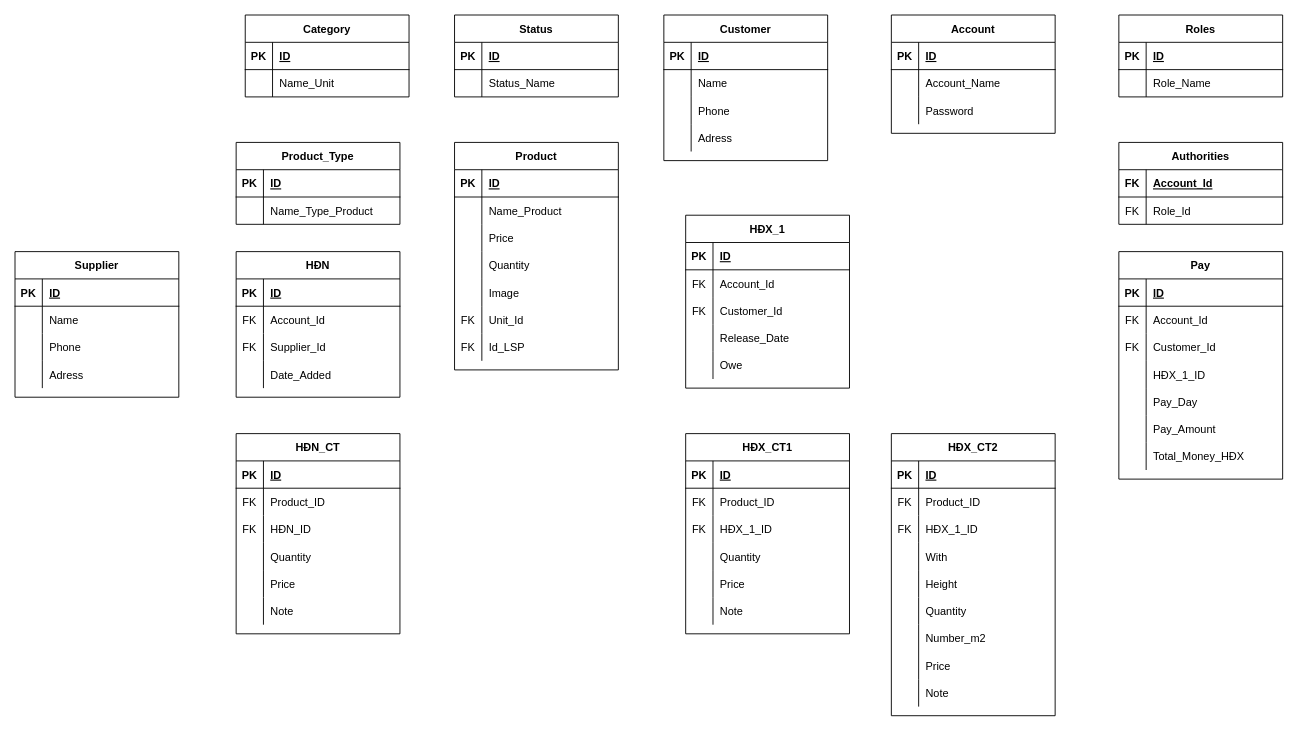
congthangbg/VLXD keeps this draw.io diagram as page "Page-2" (2 of 2) of sơ đồ VLXD.drawio. Above is the earlier version. Source tidied: cells renumbered, new cells numbered last; positions are measured from the earlier drawing's top-left corner, leaving out a move shared by most shapes. Both pictures are drawn from the tidied source at 91%, with x=0, y=0 at pixel (15, 15).
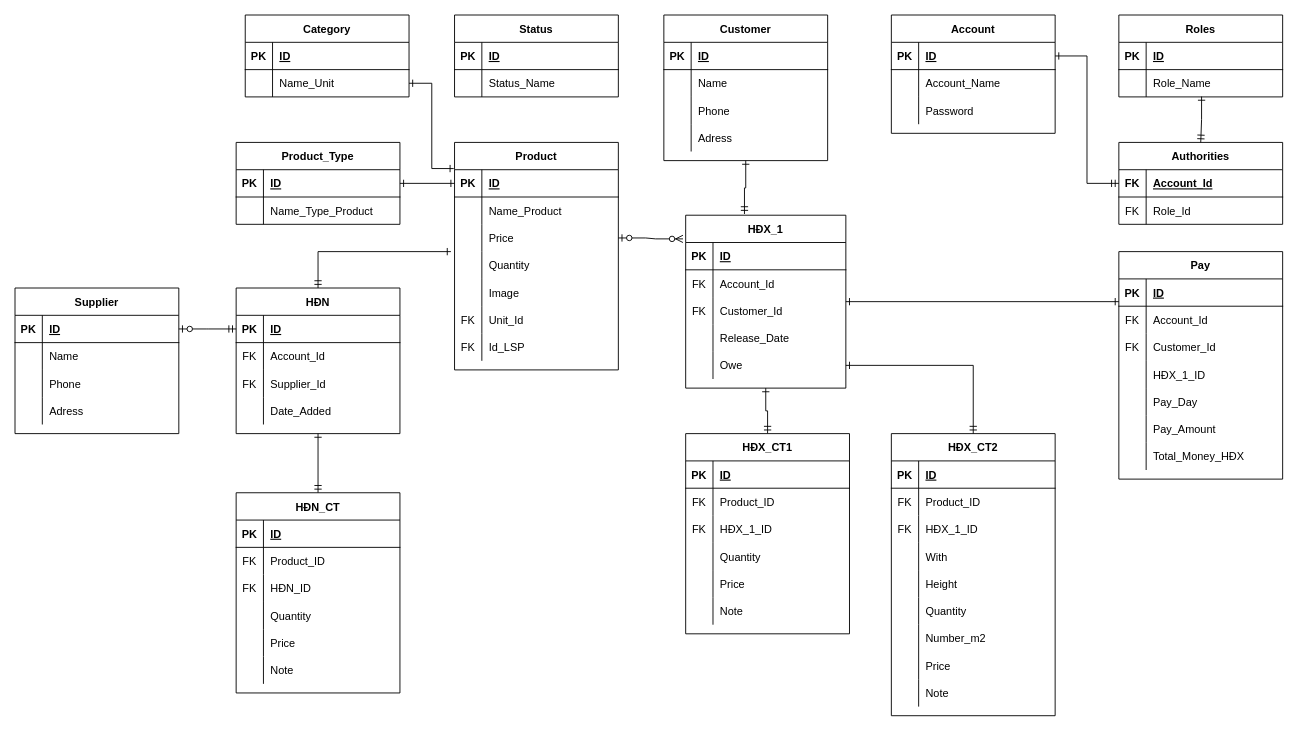
The same page after the edit.

Unchanged cells that the change refers to:
```xml
<mxCell id="3" style="shape=tableRow;horizontal=0;startSize=0;swimlaneHead=0;swimlaneBody=0;fillColor=none;points=[[0,0.5],[1,0.5]];portConstraint=eastwest;top=0;left=0;right=0;bottom=1;" parent="2" vertex="1">
  <mxGeometry y="30" width="180" height="30" as="geometry" />
</mxCell>
<mxCell id="19" style="shape=tableRow;horizontal=0;startSize=0;swimlaneHead=0;swimlaneBody=0;fillColor=none;points=[[0,0.5],[1,0.5]];portConstraint=eastwest;top=0;left=0;right=0;bottom=0;" parent="15" vertex="1">
  <mxGeometry y="60" width="180" height="30" as="geometry" />
</mxCell>
<mxCell id="23" style="shape=tableRow;horizontal=0;startSize=0;swimlaneHead=0;swimlaneBody=0;fillColor=none;points=[[0,0.5],[1,0.5]];portConstraint=eastwest;top=0;left=0;right=0;bottom=1;" parent="22" vertex="1">
  <mxGeometry y="30" width="180" height="30" as="geometry" />
</mxCell>
<mxCell id="29" style="shape=tableRow;horizontal=0;startSize=0;swimlaneHead=0;swimlaneBody=0;fillColor=none;points=[[0,0.5],[1,0.5]];portConstraint=eastwest;top=0;left=0;right=0;bottom=0;" parent="22" vertex="1">
  <mxGeometry y="90" width="180" height="30" as="geometry" />
</mxCell>
<mxCell id="45" style="shape=tableRow;horizontal=0;startSize=0;swimlaneHead=0;swimlaneBody=0;fillColor=none;points=[[0,0.5],[1,0.5]];portConstraint=eastwest;top=0;left=0;right=0;bottom=1;" parent="44" vertex="1">
  <mxGeometry y="30" width="180" height="30" as="geometry" />
</mxCell>
<mxCell id="58" value="Customer" style="shape=table;startSize=30;childLayout=tableLayout;rowLines=0;fontStyle=1;align=center;" parent="1" vertex="1">
  <mxGeometry x="713" width="180" height="160" as="geometry" />
</mxCell>
<mxCell id="72" style="shape=tableRow;horizontal=0;startSize=0;swimlaneHead=0;swimlaneBody=0;fillColor=none;points=[[0,0.5],[1,0.5]];portConstraint=eastwest;top=0;left=0;right=0;bottom=1;" parent="71" vertex="1">
  <mxGeometry y="30" width="180" height="30" as="geometry" />
</mxCell>
<mxCell id="85" style="shape=tableRow;horizontal=0;startSize=0;swimlaneHead=0;swimlaneBody=0;fillColor=none;points=[[0,0.5],[1,0.5]];portConstraint=eastwest;top=0;left=0;right=0;bottom=0;" parent="81" vertex="1">
  <mxGeometry y="60" width="180" height="30" as="geometry" />
</mxCell>
<mxCell id="88" value="Authorities" style="shape=table;startSize=30;childLayout=tableLayout;rowLines=0;fontStyle=1;align=center;" parent="1" vertex="1">
  <mxGeometry x="1213" y="140" width="180" height="90" as="geometry" />
</mxCell>
<mxCell id="89" style="shape=tableRow;horizontal=0;startSize=0;swimlaneHead=0;swimlaneBody=0;fillColor=none;points=[[0,0.5],[1,0.5]];portConstraint=eastwest;top=0;left=0;right=0;bottom=1;" parent="88" vertex="1">
  <mxGeometry y="30" width="180" height="30" as="geometry" />
</mxCell>
<mxCell id="96" style="shape=tableRow;horizontal=0;startSize=0;swimlaneHead=0;swimlaneBody=0;fillColor=none;points=[[0,0.5],[1,0.5]];portConstraint=eastwest;top=0;left=0;right=0;bottom=1;" parent="95" vertex="1">
  <mxGeometry y="30" width="180" height="30" as="geometry" />
</mxCell>
<mxCell id="143" value="HĐX_CT1" style="shape=table;startSize=30;childLayout=tableLayout;rowLines=0;fontStyle=1;align=center;" parent="1" vertex="1">
  <mxGeometry x="737" y="460" width="180" height="220" as="geometry" />
</mxCell>
<mxCell id="162" value="HĐX_CT2" style="shape=table;startSize=30;childLayout=tableLayout;rowLines=0;fontStyle=1;align=center;" parent="1" vertex="1">
  <mxGeometry x="963" y="460" width="180" height="310" as="geometry" />
</mxCell>
<mxCell id="191" style="shape=tableRow;horizontal=0;startSize=0;swimlaneHead=0;swimlaneBody=0;fillColor=none;points=[[0,0.5],[1,0.5]];portConstraint=eastwest;top=0;left=0;right=0;bottom=1;" parent="190" vertex="1">
  <mxGeometry y="30" width="180" height="30" as="geometry" />
</mxCell>
```

The edit, as a diff of the source:
```diff
@@
     <mxCell id="2" value="Supplier" style="shape=table;startSize=30;childLayout=tableLayout;rowLines=0;fontStyle=1;align=center;" parent="1" vertex="1">
-      <mxGeometry y="260" width="180" height="160" as="geometry" />
+      <mxGeometry y="300" width="180" height="160" as="geometry" />
     </mxCell>
@@
+    <mxCell id="212" style="edgeStyle=orthogonalEdgeStyle;rounded=0;jettySize=auto;html=1;exitX=0.5;exitY=1;exitDx=0;exitDy=0;entryX=0.367;entryY=-0.007;entryDx=0;entryDy=0;entryPerimeter=0;startArrow=ERone;startFill=0;endArrow=ERmandOne;endFill=0;" parent="1" edge="1" source="58" target="127">
+      <mxGeometry relative="1" as="geometry" />
+    </mxCell>
@@
+    <mxCell id="213" style="edgeStyle=orthogonalEdgeStyle;rounded=0;jettySize=auto;html=1;exitX=0.5;exitY=1;exitDx=0;exitDy=0;entryX=0.5;entryY=0;entryDx=0;entryDy=0;endArrow=ERmandOne;endFill=0;startArrow=ERone;startFill=0;" parent="1" edge="1" source="95" target="108">
+      <mxGeometry relative="1" as="geometry" />
+    </mxCell>
+    <mxCell id="214" style="edgeStyle=orthogonalEdgeStyle;rounded=0;jettySize=auto;html=1;exitX=0.5;exitY=0;exitDx=0;exitDy=0;endArrow=ERone;endFill=0;startArrow=ERmandOne;startFill=0;" parent="1" edge="1" source="95">
+      <mxGeometry relative="1" as="geometry">
+        <mxPoint x="479" y="260" as="targetPoint" />
+        <Array as="points">
+          <mxPoint x="333" y="260" />
+          <mxPoint x="479" y="260" />
+        </Array>
+      </mxGeometry>
+    </mxCell>
     <mxCell id="95" value="HĐN" style="shape=table;startSize=30;childLayout=tableLayout;rowLines=0;fontStyle=1;align=center;" parent="1" vertex="1">
-      <mxGeometry x="243" y="260" width="180" height="160" as="geometry" />
+      <mxGeometry x="243" y="300" width="180" height="160" as="geometry" />
     </mxCell>
@@
     <mxCell id="108" value="HĐN_CT" style="shape=table;startSize=30;childLayout=tableLayout;rowLines=0;fontStyle=1;align=center;" parent="1" vertex="1">
-      <mxGeometry x="243" y="460" width="180" height="220" as="geometry" />
+      <mxGeometry x="243" y="525" width="180" height="220" as="geometry" />
     </mxCell>
@@
+    <mxCell id="215" style="edgeStyle=orthogonalEdgeStyle;rounded=0;jettySize=auto;html=1;exitX=0.5;exitY=1;exitDx=0;exitDy=0;entryX=0.5;entryY=0;entryDx=0;entryDy=0;startArrow=ERone;startFill=0;endArrow=ERmandOne;endFill=0;" parent="1" edge="1" source="127" target="143">
+      <mxGeometry relative="1" as="geometry" />
+    </mxCell>
+    <mxCell id="216" style="edgeStyle=orthogonalEdgeStyle;rounded=0;jettySize=auto;html=1;entryX=0;entryY=0.833;entryDx=0;entryDy=0;entryPerimeter=0;startArrow=ERone;startFill=0;endArrow=ERone;endFill=0;" parent="1" edge="1" source="127" target="191">
+      <mxGeometry relative="1" as="geometry" />
+    </mxCell>
     <mxCell id="127" value="HĐX_1" style="shape=table;startSize=30;childLayout=tableLayout;rowLines=0;fontStyle=1;align=center;" parent="1" vertex="1">
-      <mxGeometry x="737" y="220" width="180" height="190" as="geometry" />
+      <mxGeometry x="737" y="220" width="176" height="190" as="geometry" />
     </mxCell>
     <mxCell id="128" style="shape=tableRow;horizontal=0;startSize=0;swimlaneHead=0;swimlaneBody=0;fillColor=none;points=[[0,0.5],[1,0.5]];portConstraint=eastwest;top=0;left=0;right=0;bottom=1;" parent="127" vertex="1">
-      <mxGeometry y="30" width="180" height="30" as="geometry" />
+      <mxGeometry y="30" width="176" height="30" as="geometry" />
     </mxCell>
@@
     <mxCell id="130" value="ID" style="shape=partialRectangle;fillColor=none;top=0;left=0;bottom=0;right=0;align=left;spacingLeft=6;fontStyle=5;overflow=hidden;" parent="128" vertex="1">
-      <mxGeometry x="30" width="150" height="30" as="geometry" />
+      <mxGeometry x="30" width="146" height="30" as="geometry" />
     </mxCell>
     <mxCell id="131" style="shape=tableRow;horizontal=0;startSize=0;swimlaneHead=0;swimlaneBody=0;fillColor=none;top=0;left=0;right=0;bottom=0;" parent="127" vertex="1">
-      <mxGeometry y="60" width="180" height="30" as="geometry" />
+      <mxGeometry y="60" width="176" height="30" as="geometry" />
     </mxCell>
@@
     <mxCell id="133" value="Account_Id" style="shape=partialRectangle;fillColor=none;top=0;left=0;bottom=0;right=0;align=left;spacingLeft=6;overflow=hidden;" parent="131" vertex="1">
-      <mxGeometry x="30" width="150" height="30" as="geometry" />
+      <mxGeometry x="30" width="146" height="30" as="geometry" />
     </mxCell>
     <mxCell id="134" style="shape=tableRow;horizontal=0;startSize=0;swimlaneHead=0;swimlaneBody=0;fillColor=none;top=0;left=0;right=0;bottom=0;" parent="127" vertex="1">
-      <mxGeometry y="90" width="180" height="30" as="geometry" />
+      <mxGeometry y="90" width="176" height="30" as="geometry" />
     </mxCell>
@@
     <mxCell id="136" value="Customer_Id" style="shape=partialRectangle;fillColor=none;top=0;left=0;bottom=0;right=0;align=left;spacingLeft=6;overflow=hidden;" parent="134" vertex="1">
-      <mxGeometry x="30" width="150" height="30" as="geometry" />
+      <mxGeometry x="30" width="146" height="30" as="geometry" />
     </mxCell>
     <mxCell id="137" style="shape=tableRow;horizontal=0;startSize=0;swimlaneHead=0;swimlaneBody=0;fillColor=none;top=0;left=0;right=0;bottom=0;" parent="127" vertex="1">
-      <mxGeometry y="120" width="180" height="30" as="geometry" />
+      <mxGeometry y="120" width="176" height="30" as="geometry" />
     </mxCell>
@@
     <mxCell id="139" value="Release_Date" style="shape=partialRectangle;fillColor=none;top=0;left=0;bottom=0;right=0;align=left;spacingLeft=6;overflow=hidden;" parent="137" vertex="1">
-      <mxGeometry x="30" width="150" height="30" as="geometry" />
+      <mxGeometry x="30" width="146" height="30" as="geometry" />
     </mxCell>
     <mxCell id="140" style="shape=tableRow;horizontal=0;startSize=0;swimlaneHead=0;swimlaneBody=0;fillColor=none;points=[[0,0.5],[1,0.5]];portConstraint=eastwest;top=0;left=0;right=0;bottom=0;" parent="127" vertex="1">
-      <mxGeometry y="150" width="180" height="30" as="geometry" />
+      <mxGeometry y="150" width="176" height="30" as="geometry" />
     </mxCell>
@@
     <mxCell id="142" value="Owe" style="shape=partialRectangle;fillColor=none;top=0;left=0;bottom=0;right=0;align=left;spacingLeft=6;overflow=hidden;" parent="140" vertex="1">
-      <mxGeometry x="30" width="150" height="30" as="geometry" />
+      <mxGeometry x="30" width="146" height="30" as="geometry" />
     </mxCell>
@@
+    <mxCell id="217" style="edgeStyle=entityRelationEdgeStyle;fontSize=12;html=1;endArrow=ERzeroToMany;startArrow=ERzeroToOne;rounded=0;entryX=-0.017;entryY=-0.133;entryDx=0;entryDy=0;exitX=1;exitY=0.5;exitDx=0;exitDy=0;entryPerimeter=0;" parent="1" edge="1" source="29" target="128">
+      <mxGeometry relative="1" as="geometry" />
+    </mxCell>
+    <mxCell id="218" style="edgeStyle=entityRelationEdgeStyle;fontSize=12;html=1;endArrow=ERzeroToOne;startArrow=ERmandOne;rounded=0;entryX=1;entryY=0.5;entryDx=0;entryDy=0;exitX=0;exitY=0.5;exitDx=0;exitDy=0;" parent="1" edge="1" source="96" target="3">
+      <mxGeometry relative="1" as="geometry" />
+    </mxCell>
+    <mxCell id="219" style="edgeStyle=orthogonalEdgeStyle;rounded=0;jettySize=auto;html=1;exitX=1;exitY=0.5;exitDx=0;exitDy=0;entryX=0;entryY=0.5;entryDx=0;entryDy=0;startArrow=ERone;startFill=0;endArrow=ERone;endFill=0;" parent="1" edge="1" source="45" target="23">
+      <mxGeometry relative="1" as="geometry" />
+    </mxCell>
+    <mxCell id="220" style="edgeStyle=orthogonalEdgeStyle;rounded=0;jettySize=auto;html=1;exitX=1;exitY=0.5;exitDx=0;exitDy=0;entryX=-0.005;entryY=-0.042;entryDx=0;entryDy=0;entryPerimeter=0;startArrow=ERone;startFill=0;endArrow=ERone;endFill=0;" parent="1" edge="1" source="19" target="23">
+      <mxGeometry relative="1" as="geometry" />
+    </mxCell>
+    <mxCell id="221" style="edgeStyle=orthogonalEdgeStyle;rounded=0;jettySize=auto;html=1;exitX=1;exitY=0.5;exitDx=0;exitDy=0;entryX=0.5;entryY=0;entryDx=0;entryDy=0;startArrow=ERone;startFill=0;endArrow=ERmandOne;endFill=0;" parent="1" edge="1" source="140" target="162">
+      <mxGeometry relative="1" as="geometry" />
+    </mxCell>
+    <mxCell id="222" style="edgeStyle=orthogonalEdgeStyle;rounded=0;jettySize=auto;html=1;exitX=1;exitY=0.5;exitDx=0;exitDy=0;startArrow=ERone;startFill=0;endArrow=ERmandOne;endFill=0;" parent="1" edge="1" source="72" target="89">
+      <mxGeometry relative="1" as="geometry" />
+    </mxCell>
+    <mxCell id="223" style="edgeStyle=orthogonalEdgeStyle;rounded=0;jettySize=auto;html=1;startArrow=ERone;startFill=0;endArrow=ERmandOne;endFill=0;exitX=0.505;exitY=0.988;exitDx=0;exitDy=0;exitPerimeter=0;" parent="1" edge="1" source="85" target="88">
+      <mxGeometry relative="1" as="geometry" />
+    </mxCell>
```
